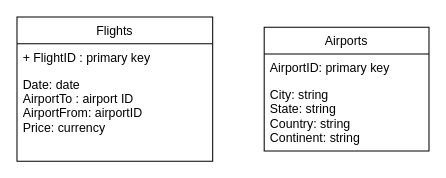
The draw.io diagram page "Database Schema" (2 of 3) of Design/MyVacationPlanner.drawio in Tomek-Stolarczyk/MyVacationPlanner, before the edit. Source tidied: cells renumbered, new cells numbered last; positions are measured from the earlier drawing's top-left corner, leaving out a move shared by most shapes. Both pictures are drawn from the tidied source at 103%, with x=0, y=0 at pixel (16, 16).
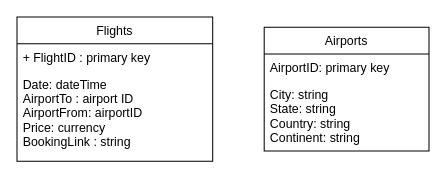
After the change.

The edit, as a diff of the source:
```diff
@@
 <mxGraphModel>
   <root>
     <mxCell id="0" />
     <mxCell id="1" parent="0" />
     <mxCell id="2" value="Flights" style="swimlane;fontStyle=0;horizontal=1;startSize=26;fillColor=none;" parent="1" vertex="1">
       <mxGeometry width="190" height="140" as="geometry" />
     </mxCell>
     <mxCell id="3" value="+ FlightID : primary key" style="text;strokeColor=none;fillColor=none;align=left;verticalAlign=top;spacingLeft=4;spacingRight=4;overflow=hidden;" parent="2" vertex="1">
       <mxGeometry y="26" width="190" height="26" as="geometry" />
     </mxCell>
-    <mxCell id="4" value="Date: date&#10;AirportTo : airport ID&#10;AirportFrom: airportID&#10;Price: currency&#10;&#10;" style="text;strokeColor=none;fillColor=none;align=left;verticalAlign=top;spacingLeft=4;spacingRight=4;overflow=hidden;" parent="2" vertex="1">
+    <mxCell id="4" value="Date: dateTime&#10;AirportTo : airport ID&#10;AirportFrom: airportID&#10;Price: currency&#10;BookingLink : string&#10;&#10;" style="text;strokeColor=none;fillColor=none;align=left;verticalAlign=top;spacingLeft=4;spacingRight=4;overflow=hidden;" parent="2" vertex="1">
       <mxGeometry y="52" width="190" height="88" as="geometry" />
     </mxCell>
     <mxCell id="5" value="Airports" style="swimlane;fontStyle=0;horizontal=1;startSize=26;fillColor=none;" parent="1" vertex="1">
       <mxGeometry x="240" y="10" width="160" height="120" as="geometry" />
     </mxCell>
     <mxCell id="6" value="AirportID: primary key" style="text;strokeColor=none;fillColor=none;align=left;verticalAlign=top;spacingLeft=4;spacingRight=4;overflow=hidden;" parent="5" vertex="1">
       <mxGeometry y="26" width="160" height="26" as="geometry" />
     </mxCell>
     <mxCell id="7" value="City: string&#10;State: string&#10;Country: string&#10;Continent: string&#10;" style="text;strokeColor=none;fillColor=none;align=left;verticalAlign=top;spacingLeft=4;spacingRight=4;overflow=hidden;" parent="5" vertex="1">
       <mxGeometry y="52" width="160" height="68" as="geometry" />
     </mxCell>
   </root>
 </mxGraphModel>
```
